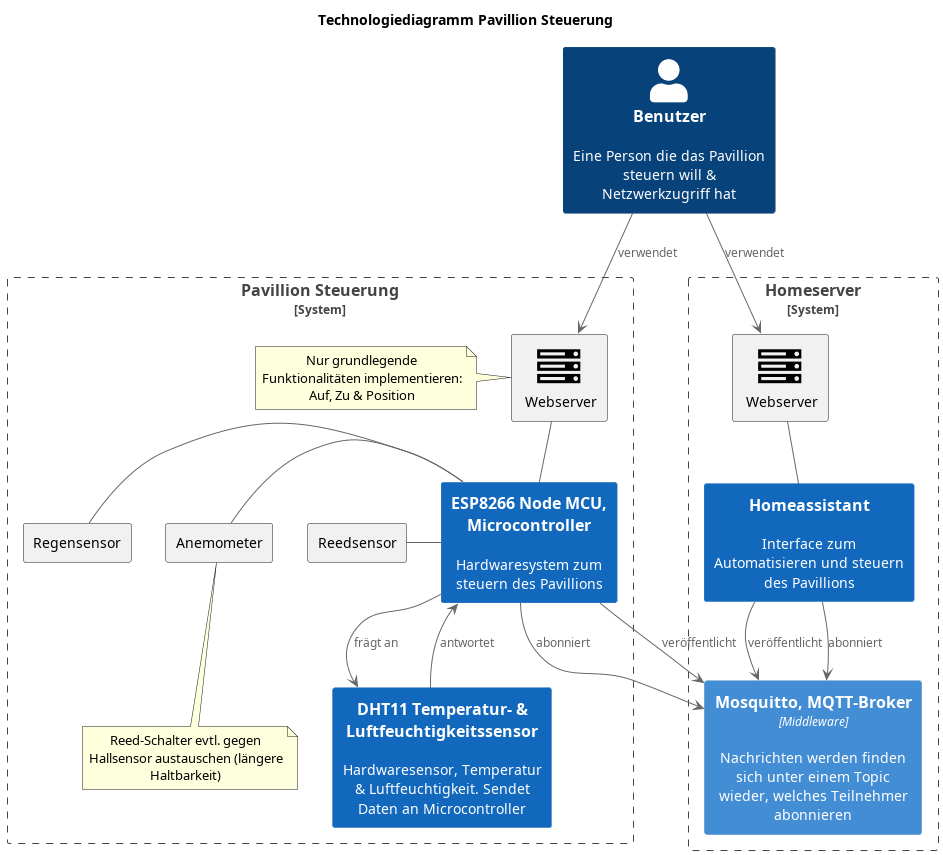
The PlantUML diagram docs/tech-diagram.png in ckiri/pavillon-control, before a commit.
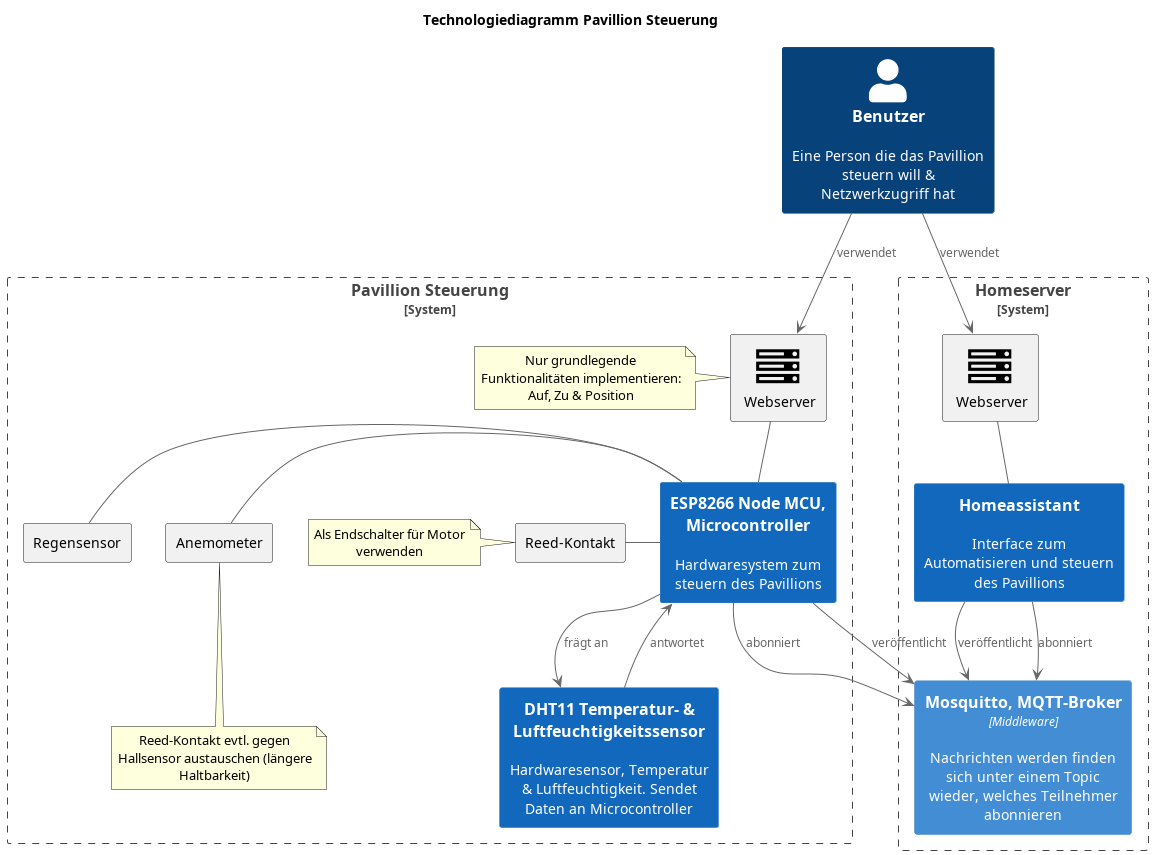
The same file after the commit.

Change to the diagram source:
```diff
@@ -12,11 +12,13 @@
 	System(mcu, "ESP8266 Node MCU, Microcontroller", "Hardwaresystem zum steuern des Pavillions")
 	System(temp_sensor, "DHT11 Temperatur- & Luftfeuchtigkeitssensor", "Hardwaresensor, Temperatur & Luftfeuchtigkeit. Sendet Daten an Microcontroller")
 	FA_SERVER(esp_webserver, Webserver)
-	note left: Nur grundlegende Funktionalitäten implementieren: Auf, Zu & Position
-	rectangle "Reedsensor" as reed
+		note left: Nur grundlegende Funktionalitäten implementieren: Auf, Zu & Position
 	rectangle "Anemometer" as anemo
-	note bottom: Reed-Schalter evtl. gegen Hallsensor austauschen (längere Haltbarkeit)
+		note bottom: Reed-Kontakt evtl. gegen Hallsensor austauschen (längere Haltbarkeit)
 	rectangle "Regensensor" as rain
+	rectangle "Reed-Kontakt" as reed
+		note left: Als Endschalter für Motor verwenden
+
 }
 
 System_Boundary(server, "Homeserver") {
```
